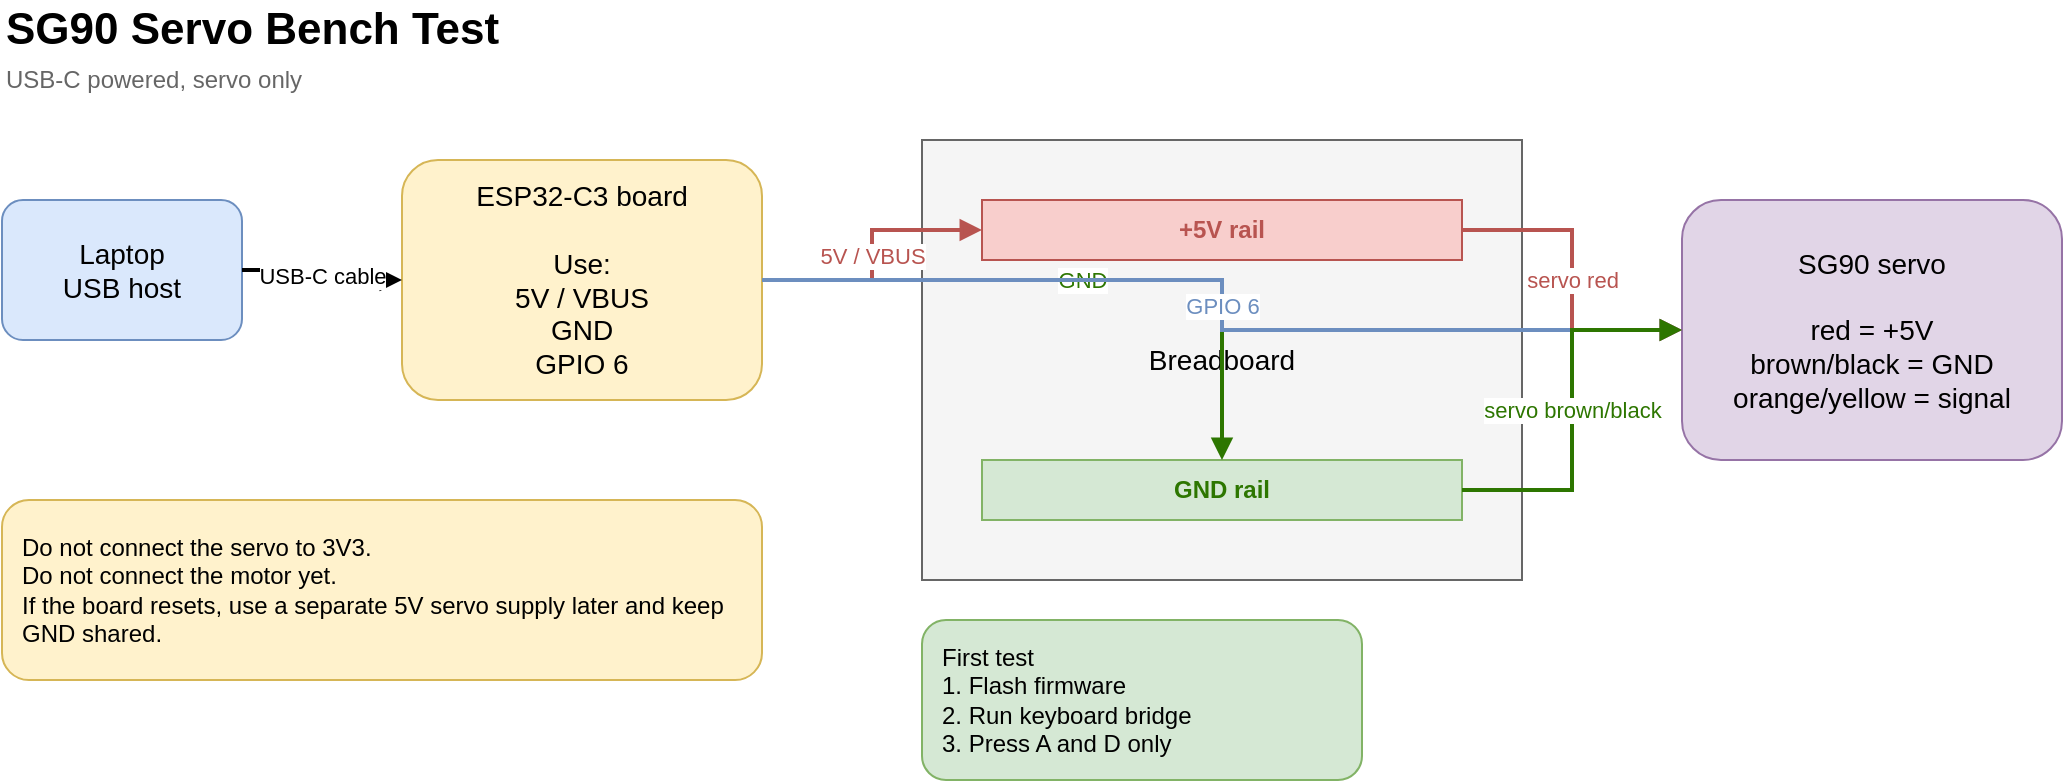
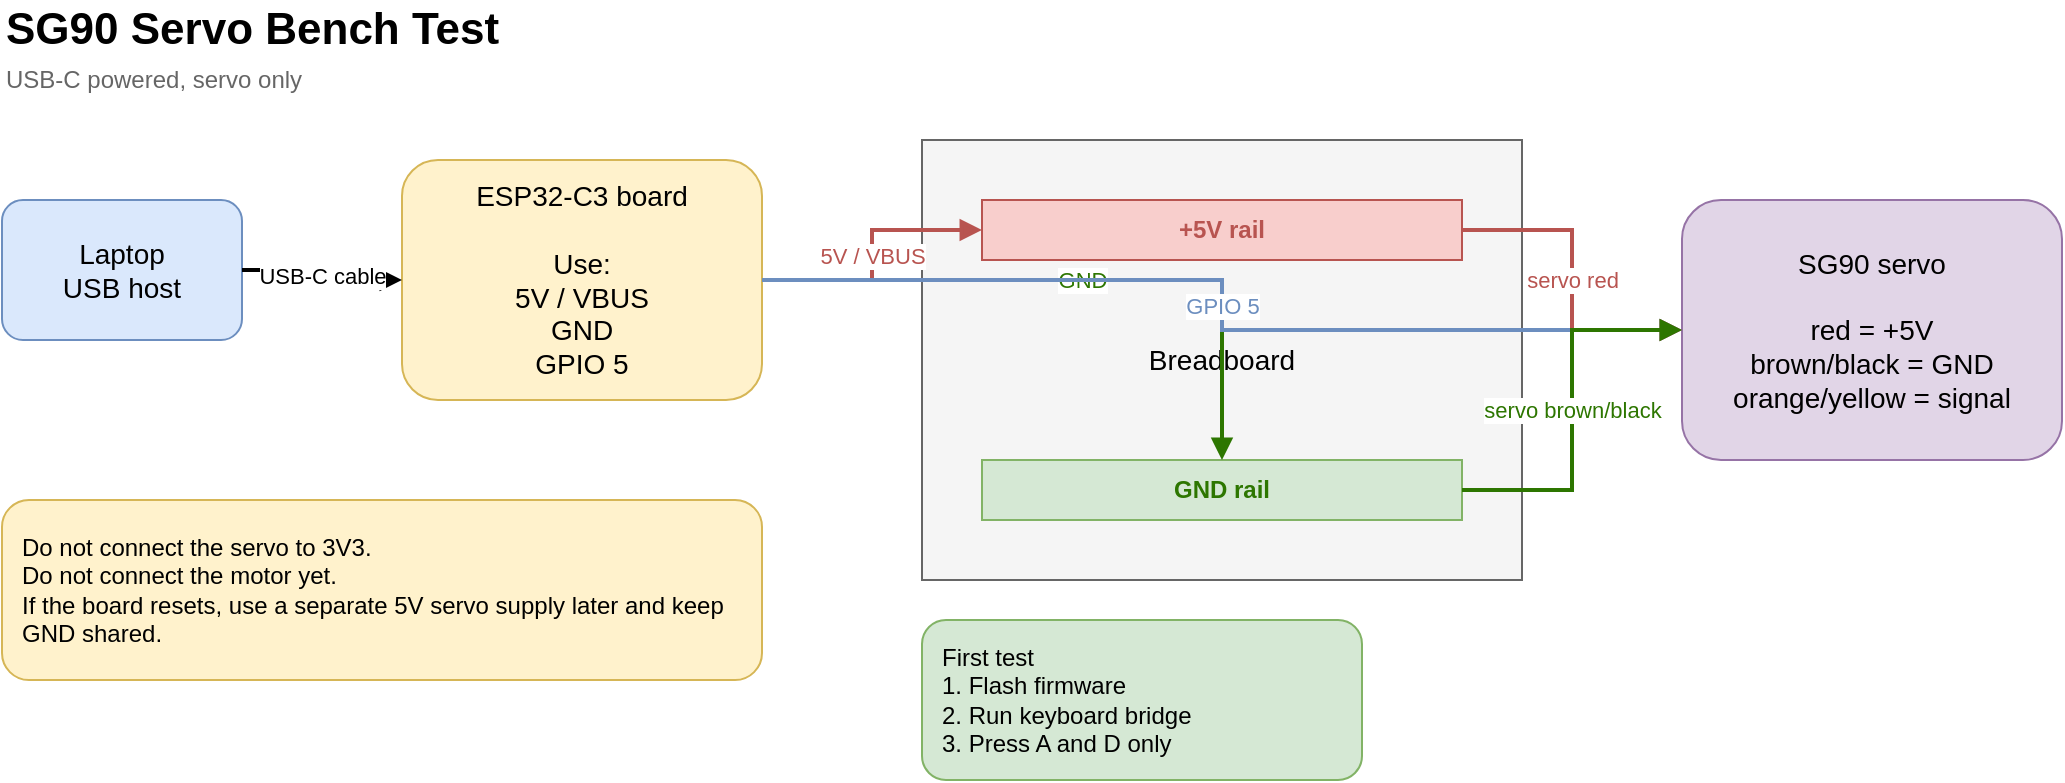
<mxfile host="app.diagrams.net" modified="2026-03-18T12:00:00.000Z" agent="GitHub Copilot" version="24.7.17" type="device" compressed="false">
  <diagram id="servo-breadboard" name="Servo Breadboard Setup">
    <mxGraphModel dx="1200" dy="800" grid="1" gridSize="10" guides="1" tooltips="1" connect="1" arrows="1" fold="1" page="1" pageScale="1" pageWidth="1169" pageHeight="827" math="0" shadow="0">
      <root>
        <mxCell id="0" />
        <mxCell id="1" parent="0" />

        <mxCell id="2" value="SG90 Servo Bench Test" style="text;html=1;strokeColor=none;fillColor=none;align=left;verticalAlign=middle;fontSize=22;fontStyle=1;" vertex="1" parent="1">
          <mxGeometry x="40" y="20" width="300" height="30" as="geometry" />
        </mxCell>

        <mxCell id="3" value="USB-C powered, servo only" style="text;html=1;strokeColor=none;fillColor=none;align=left;verticalAlign=middle;fontSize=12;fontColor=#666666;" vertex="1" parent="1">
          <mxGeometry x="40" y="50" width="240" height="20" as="geometry" />
        </mxCell>

        <mxCell id="10" value="Laptop&#xa;USB host" style="rounded=1;whiteSpace=wrap;html=1;fillColor=#dae8fc;strokeColor=#6c8ebf;fontSize=14;" vertex="1" parent="1">
          <mxGeometry x="40" y="120" width="120" height="70" as="geometry" />
        </mxCell>

-         <mxCell id="20" value="ESP32-C3 board&#xa;&#xa;Use:&#xa;5V / VBUS&#xa;GND&#xa;GPIO 6" style="rounded=1;whiteSpace=wrap;html=1;fillColor=#fff2cc;strokeColor=#d6b656;fontSize=14;" vertex="1" parent="1">
+         <mxCell id="20" value="ESP32-C3 board&#xa;&#xa;Use:&#xa;5V / VBUS&#xa;GND&#xa;GPIO 5" style="rounded=1;whiteSpace=wrap;html=1;fillColor=#fff2cc;strokeColor=#d6b656;fontSize=14;" vertex="1" parent="1">
          <mxGeometry x="240" y="100" width="180" height="120" as="geometry" />
        </mxCell>

        <mxCell id="30" value="Breadboard" style="rounded=0;whiteSpace=wrap;html=1;fillColor=#f5f5f5;strokeColor=#666666;fontSize=14;" vertex="1" parent="1">
          <mxGeometry x="500" y="90" width="300" height="220" as="geometry" />
        </mxCell>

        <mxCell id="31" value="+5V rail" style="rounded=0;whiteSpace=wrap;html=1;fillColor=#f8cecc;strokeColor=#b85450;fontColor=#b85450;fontStyle=1;" vertex="1" parent="1">
          <mxGeometry x="530" y="120" width="240" height="30" as="geometry" />
        </mxCell>

        <mxCell id="32" value="GND rail" style="rounded=0;whiteSpace=wrap;html=1;fillColor=#d5e8d4;strokeColor=#82b366;fontColor=#2d7600;fontStyle=1;" vertex="1" parent="1">
          <mxGeometry x="530" y="250" width="240" height="30" as="geometry" />
        </mxCell>

        <mxCell id="40" value="SG90 servo&#xa;&#xa;red = +5V&#xa;brown/black = GND&#xa;orange/yellow = signal" style="rounded=1;whiteSpace=wrap;html=1;fillColor=#e1d5e7;strokeColor=#9673a6;fontSize=14;" vertex="1" parent="1">
          <mxGeometry x="880" y="120" width="190" height="130" as="geometry" />
        </mxCell>

        <mxCell id="50" value="USB-C cable" style="edgeStyle=orthogonalEdgeStyle;rounded=0;orthogonalLoop=1;jettySize=auto;html=1;endArrow=block;endFill=1;strokeWidth=2;" edge="1" parent="1" source="10" target="20">
          <mxGeometry relative="1" as="geometry" />
        </mxCell>

        <mxCell id="51" value="5V / VBUS" style="edgeStyle=orthogonalEdgeStyle;rounded=0;orthogonalLoop=1;jettySize=auto;html=1;endArrow=block;endFill=1;strokeColor=#b85450;strokeWidth=2;fontColor=#b85450;" edge="1" parent="1" source="20" target="31">
          <mxGeometry relative="1" as="geometry" />
        </mxCell>

        <mxCell id="52" value="GND" style="edgeStyle=orthogonalEdgeStyle;rounded=0;orthogonalLoop=1;jettySize=auto;html=1;endArrow=block;endFill=1;strokeColor=#2d7600;strokeWidth=2;fontColor=#2d7600;" edge="1" parent="1" source="20" target="32">
          <mxGeometry relative="1" as="geometry" />
        </mxCell>

-         <mxCell id="53" value="GPIO 6" style="edgeStyle=orthogonalEdgeStyle;rounded=0;orthogonalLoop=1;jettySize=auto;html=1;endArrow=block;endFill=1;strokeColor=#6c8ebf;strokeWidth=2;fontColor=#6c8ebf;" edge="1" parent="1" source="20" target="40">
+         <mxCell id="53" value="GPIO 5" style="edgeStyle=orthogonalEdgeStyle;rounded=0;orthogonalLoop=1;jettySize=auto;html=1;endArrow=block;endFill=1;strokeColor=#6c8ebf;strokeWidth=2;fontColor=#6c8ebf;" edge="1" parent="1" source="20" target="40">
          <mxGeometry relative="1" as="geometry" />
        </mxCell>

        <mxCell id="54" value="servo red" style="edgeStyle=orthogonalEdgeStyle;rounded=0;orthogonalLoop=1;jettySize=auto;html=1;endArrow=block;endFill=1;strokeColor=#b85450;strokeWidth=2;fontColor=#b85450;" edge="1" parent="1" source="31" target="40">
          <mxGeometry relative="1" as="geometry" />
        </mxCell>

        <mxCell id="55" value="servo brown/black" style="edgeStyle=orthogonalEdgeStyle;rounded=0;orthogonalLoop=1;jettySize=auto;html=1;endArrow=block;endFill=1;strokeColor=#2d7600;strokeWidth=2;fontColor=#2d7600;" edge="1" parent="1" source="32" target="40">
          <mxGeometry relative="1" as="geometry" />
        </mxCell>

        <mxCell id="60" value="Do not connect the servo to 3V3.&#xa;Do not connect the motor yet.&#xa;If the board resets, use a separate 5V servo supply later and keep GND shared." style="rounded=1;whiteSpace=wrap;html=1;fillColor=#fff2cc;strokeColor=#d6b656;fontSize=12;align=left;spacingLeft=8;" vertex="1" parent="1">
          <mxGeometry x="40" y="270" width="380" height="90" as="geometry" />
        </mxCell>

        <mxCell id="61" value="First test&#xa;1. Flash firmware&#xa;2. Run keyboard bridge&#xa;3. Press A and D only" style="rounded=1;whiteSpace=wrap;html=1;fillColor=#d5e8d4;strokeColor=#82b366;fontSize=12;align=left;spacingLeft=8;" vertex="1" parent="1">
          <mxGeometry x="500" y="330" width="220" height="80" as="geometry" />
        </mxCell>
      </root>
    </mxGraphModel>
  </diagram>
</mxfile>